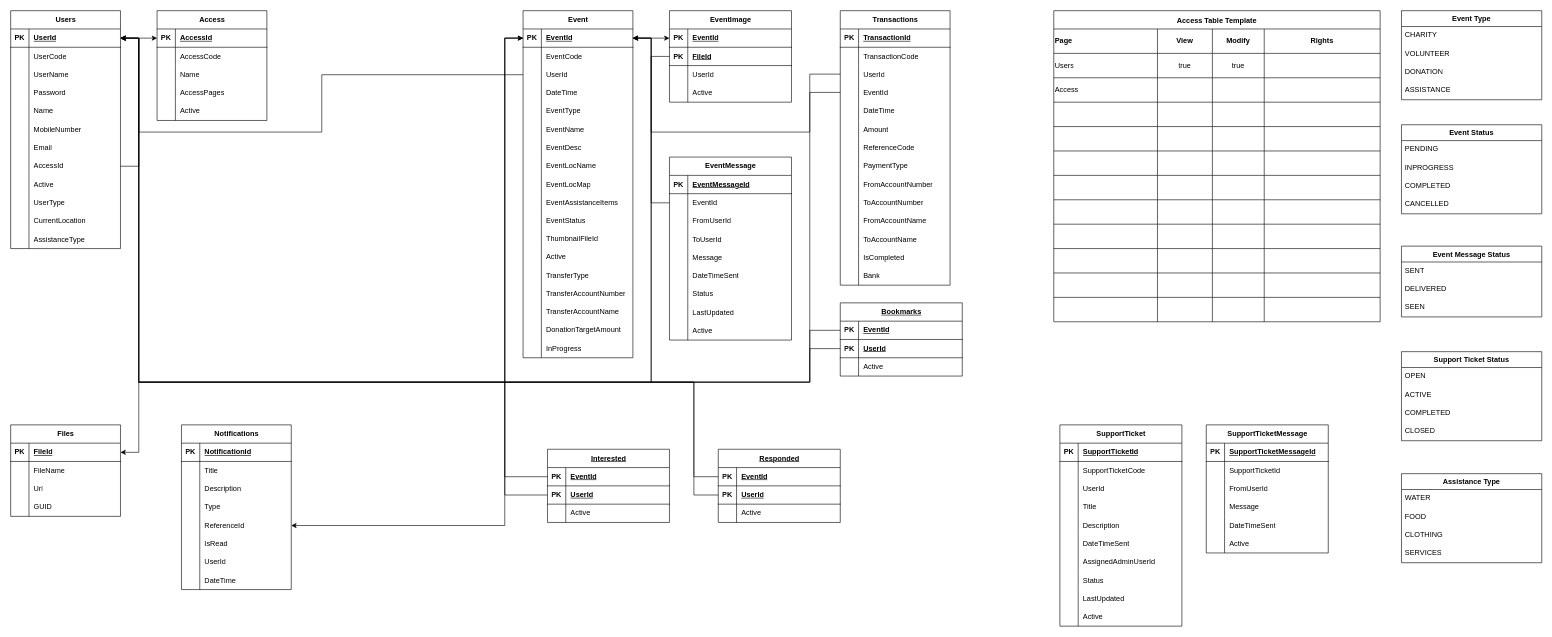
This is db/diagram.drawio from erwin-io/philantro-link, a draw.io file, before an edit. Source tidied: cells renumbered, new cells numbered last; positions are measured from the earlier drawing's top-left corner, leaving out a move shared by most shapes. Both pictures are drawn from the tidied source at 61%, with x=0, y=0 at pixel (10, 10).
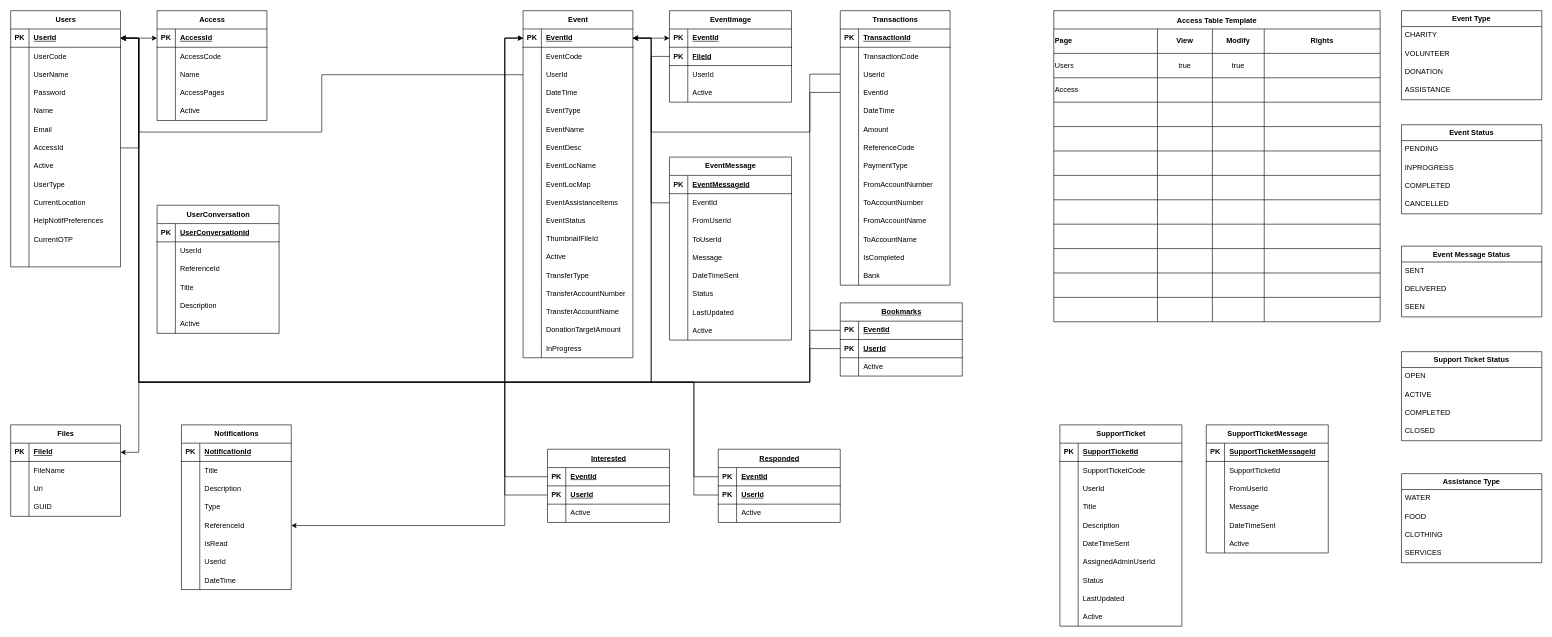
The same diagram, later.

What changed in the source:
```diff
@@
     <mxCell id="237" value="Users" style="shape=table;startSize=30;childLayout=tableLayout;rowLines=0;fontStyle=1;align=center;html=1;" parent="1" vertex="1">
-      <mxGeometry width="180" height="390" as="geometry" />
+      <mxGeometry width="180" height="420" as="geometry" />
     </mxCell>
@@
-    <mxCell id="253" style="shape=tableRow;horizontal=0;startSize=0;swimlaneHead=0;swimlaneBody=0;fillColor=none;top=0;left=0;right=0;bottom=0;" parent="237" vertex="1">
-      <mxGeometry y="180" width="180" height="30" as="geometry" />
-    </mxCell>
-    <mxCell id="254" style="shape=partialRectangle;fillColor=none;top=0;left=0;bottom=0;right=0;overflow=hidden;whiteSpace=wrap;html=1;" parent="253" vertex="1">
-      <mxGeometry width="30" height="30" as="geometry" />
-    </mxCell>
-    <mxCell id="255" value="MobileNumber" style="shape=partialRectangle;fillColor=none;top=0;left=0;bottom=0;right=0;align=left;spacingLeft=6;overflow=hidden;whiteSpace=wrap;html=1;" parent="253" vertex="1">
-      <mxGeometry x="30" width="150" height="30" as="geometry" />
-    </mxCell>
     <mxCell id="256" style="shape=tableRow;horizontal=0;startSize=0;swimlaneHead=0;swimlaneBody=0;fillColor=none;top=0;left=0;right=0;bottom=0;" parent="237" vertex="1">
-      <mxGeometry y="210" width="180" height="30" as="geometry" />
+      <mxGeometry y="180" width="180" height="30" as="geometry" />
     </mxCell>
@@
     <mxCell id="259" style="shape=tableRow;horizontal=0;startSize=0;swimlaneHead=0;swimlaneBody=0;fillColor=none;points=[[0,0.5],[1,0.5]];portConstraint=eastwest;top=0;left=0;right=0;bottom=0;" parent="237" vertex="1">
-      <mxGeometry y="240" width="180" height="30" as="geometry" />
+      <mxGeometry y="210" width="180" height="30" as="geometry" />
     </mxCell>
@@
     <mxCell id="262" style="shape=tableRow;horizontal=0;startSize=0;swimlaneHead=0;swimlaneBody=0;fillColor=none;top=0;left=0;right=0;bottom=0;" parent="237" vertex="1">
-      <mxGeometry y="270" width="180" height="30" as="geometry" />
+      <mxGeometry y="240" width="180" height="30" as="geometry" />
     </mxCell>
@@
     <mxCell id="265" style="shape=tableRow;horizontal=0;startSize=0;swimlaneHead=0;swimlaneBody=0;fillColor=none;top=0;left=0;right=0;bottom=0;" parent="237" vertex="1">
-      <mxGeometry y="300" width="180" height="30" as="geometry" />
+      <mxGeometry y="270" width="180" height="30" as="geometry" />
     </mxCell>
@@
     <mxCell id="268" style="shape=tableRow;horizontal=0;startSize=0;swimlaneHead=0;swimlaneBody=0;fillColor=none;top=0;left=0;right=0;bottom=0;" parent="237" vertex="1">
-      <mxGeometry y="330" width="180" height="30" as="geometry" />
+      <mxGeometry y="300" width="180" height="30" as="geometry" />
     </mxCell>
@@
     <mxCell id="271" style="shape=tableRow;horizontal=0;startSize=0;swimlaneHead=0;swimlaneBody=0;fillColor=none;top=0;left=0;right=0;bottom=0;" parent="237" vertex="1">
-      <mxGeometry y="360" width="180" height="30" as="geometry" />
+      <mxGeometry y="330" width="180" height="30" as="geometry" />
     </mxCell>
@@
-    <mxCell id="273" value="AssistanceType" style="shape=partialRectangle;fillColor=none;top=0;left=0;bottom=0;right=0;align=left;spacingLeft=6;overflow=hidden;whiteSpace=wrap;html=1;" parent="271" vertex="1">
+    <mxCell id="273" value="HelpNotifPreferences" style="shape=partialRectangle;fillColor=none;top=0;left=0;bottom=0;right=0;align=left;spacingLeft=6;overflow=hidden;whiteSpace=wrap;html=1;" parent="271" vertex="1">
       <mxGeometry x="30" width="150" height="30" as="geometry" />
     </mxCell>
+    <mxCell id="411" style="shape=tableRow;horizontal=0;startSize=0;swimlaneHead=0;swimlaneBody=0;fillColor=none;top=0;left=0;right=0;bottom=0;" parent="237" vertex="1">
+      <mxGeometry y="360" width="180" height="30" as="geometry" />
+    </mxCell>
+    <mxCell id="412" style="shape=partialRectangle;fillColor=none;top=0;left=0;bottom=0;right=0;overflow=hidden;whiteSpace=wrap;html=1;" parent="411" vertex="1">
+      <mxGeometry width="30" height="30" as="geometry" />
+    </mxCell>
+    <mxCell id="413" value="CurrentOTP" style="shape=partialRectangle;fillColor=none;top=0;left=0;bottom=0;right=0;align=left;spacingLeft=6;overflow=hidden;whiteSpace=wrap;html=1;" parent="411" vertex="1">
+      <mxGeometry x="30" width="150" height="30" as="geometry" />
+    </mxCell>
+    <mxCell id="414" style="shape=tableRow;horizontal=0;startSize=0;swimlaneHead=0;swimlaneBody=0;fillColor=none;top=0;left=0;right=0;bottom=0;" parent="237" vertex="1">
+      <mxGeometry y="390" width="180" height="30" as="geometry" />
+    </mxCell>
+    <mxCell id="415" style="shape=partialRectangle;fillColor=none;top=0;left=0;bottom=0;right=0;overflow=hidden;whiteSpace=wrap;html=1;" parent="414" vertex="1">
+      <mxGeometry width="30" height="30" as="geometry" />
+    </mxCell>
+    <mxCell id="416" style="shape=partialRectangle;fillColor=none;top=0;left=0;bottom=0;right=0;align=left;spacingLeft=6;overflow=hidden;whiteSpace=wrap;html=1;" parent="414" vertex="1">
+      <mxGeometry x="30" width="150" height="30" as="geometry" />
+    </mxCell>
@@
+    <mxCell id="417" value="UserConversation" style="shape=table;startSize=30;childLayout=tableLayout;rowLines=0;fontStyle=1;align=center;html=1;" parent="1" vertex="1">
+      <mxGeometry x="240" y="319" width="200" height="210" as="geometry" />
+    </mxCell>
+    <mxCell id="418" style="shape=tableRow;horizontal=0;startSize=0;swimlaneHead=0;swimlaneBody=0;fillColor=none;top=0;left=0;right=0;bottom=1;" parent="417" vertex="1">
+      <mxGeometry y="30" width="200" height="30" as="geometry" />
+    </mxCell>
+    <mxCell id="419" value="PK" style="shape=partialRectangle;fillColor=none;top=0;left=0;bottom=0;right=0;fontStyle=1;overflow=hidden;whiteSpace=wrap;html=1;" parent="418" vertex="1">
+      <mxGeometry width="30" height="30" as="geometry" />
+    </mxCell>
+    <mxCell id="420" value="&lt;span style=&quot;text-align: center; text-wrap: nowrap;&quot;&gt;UserConversationId&lt;/span&gt;" style="shape=partialRectangle;fillColor=none;top=0;left=0;bottom=0;right=0;align=left;spacingLeft=6;fontStyle=5;overflow=hidden;whiteSpace=wrap;html=1;" parent="418" vertex="1">
+      <mxGeometry x="30" width="170" height="30" as="geometry" />
+    </mxCell>
+    <mxCell id="421" style="shape=tableRow;horizontal=0;startSize=0;swimlaneHead=0;swimlaneBody=0;fillColor=none;top=0;left=0;right=0;bottom=0;" parent="417" vertex="1">
+      <mxGeometry y="60" width="200" height="30" as="geometry" />
+    </mxCell>
+    <mxCell id="422" style="shape=partialRectangle;fillColor=none;top=0;left=0;bottom=0;right=0;overflow=hidden;whiteSpace=wrap;html=1;" parent="421" vertex="1">
+      <mxGeometry width="30" height="30" as="geometry" />
+    </mxCell>
+    <mxCell id="423" value="UserId" style="shape=partialRectangle;fillColor=none;top=0;left=0;bottom=0;right=0;align=left;spacingLeft=6;overflow=hidden;whiteSpace=wrap;html=1;" parent="421" vertex="1">
+      <mxGeometry x="30" width="170" height="30" as="geometry" />
+    </mxCell>
+    <mxCell id="424" style="shape=tableRow;horizontal=0;startSize=0;swimlaneHead=0;swimlaneBody=0;fillColor=none;top=0;left=0;right=0;bottom=0;" parent="417" vertex="1">
+      <mxGeometry y="90" width="200" height="30" as="geometry" />
+    </mxCell>
+    <mxCell id="425" style="shape=partialRectangle;fillColor=none;top=0;left=0;bottom=0;right=0;overflow=hidden;whiteSpace=wrap;html=1;" parent="424" vertex="1">
+      <mxGeometry width="30" height="30" as="geometry" />
+    </mxCell>
+    <mxCell id="426" value="ReferenceId" style="shape=partialRectangle;fillColor=none;top=0;left=0;bottom=0;right=0;align=left;spacingLeft=6;overflow=hidden;whiteSpace=wrap;html=1;" parent="424" vertex="1">
+      <mxGeometry x="30" width="170" height="30" as="geometry" />
+    </mxCell>
+    <mxCell id="427" style="shape=tableRow;horizontal=0;startSize=0;swimlaneHead=0;swimlaneBody=0;fillColor=none;top=0;left=0;right=0;bottom=0;" parent="417" vertex="1">
+      <mxGeometry y="120" width="200" height="30" as="geometry" />
+    </mxCell>
+    <mxCell id="428" style="shape=partialRectangle;fillColor=none;top=0;left=0;bottom=0;right=0;overflow=hidden;whiteSpace=wrap;html=1;" parent="427" vertex="1">
+      <mxGeometry width="30" height="30" as="geometry" />
+    </mxCell>
+    <mxCell id="429" value="Title" style="shape=partialRectangle;fillColor=none;top=0;left=0;bottom=0;right=0;align=left;spacingLeft=6;overflow=hidden;whiteSpace=wrap;html=1;" parent="427" vertex="1">
+      <mxGeometry x="30" width="170" height="30" as="geometry" />
+    </mxCell>
+    <mxCell id="430" style="shape=tableRow;horizontal=0;startSize=0;swimlaneHead=0;swimlaneBody=0;fillColor=none;top=0;left=0;right=0;bottom=0;" parent="417" vertex="1">
+      <mxGeometry y="150" width="200" height="30" as="geometry" />
+    </mxCell>
+    <mxCell id="431" style="shape=partialRectangle;fillColor=none;top=0;left=0;bottom=0;right=0;overflow=hidden;whiteSpace=wrap;html=1;" parent="430" vertex="1">
+      <mxGeometry width="30" height="30" as="geometry" />
+    </mxCell>
+    <mxCell id="432" value="Description" style="shape=partialRectangle;fillColor=none;top=0;left=0;bottom=0;right=0;align=left;spacingLeft=6;overflow=hidden;whiteSpace=wrap;html=1;" parent="430" vertex="1">
+      <mxGeometry x="30" width="170" height="30" as="geometry" />
+    </mxCell>
+    <mxCell id="433" style="shape=tableRow;horizontal=0;startSize=0;swimlaneHead=0;swimlaneBody=0;fillColor=none;top=0;left=0;right=0;bottom=0;" parent="417" vertex="1">
+      <mxGeometry y="180" width="200" height="30" as="geometry" />
+    </mxCell>
+    <mxCell id="434" style="shape=partialRectangle;fillColor=none;top=0;left=0;bottom=0;right=0;overflow=hidden;whiteSpace=wrap;html=1;" parent="433" vertex="1">
+      <mxGeometry width="30" height="30" as="geometry" />
+    </mxCell>
+    <mxCell id="435" value="Active" style="shape=partialRectangle;fillColor=none;top=0;left=0;bottom=0;right=0;align=left;spacingLeft=6;overflow=hidden;whiteSpace=wrap;html=1;" parent="433" vertex="1">
+      <mxGeometry x="30" width="170" height="30" as="geometry" />
+    </mxCell>
```
